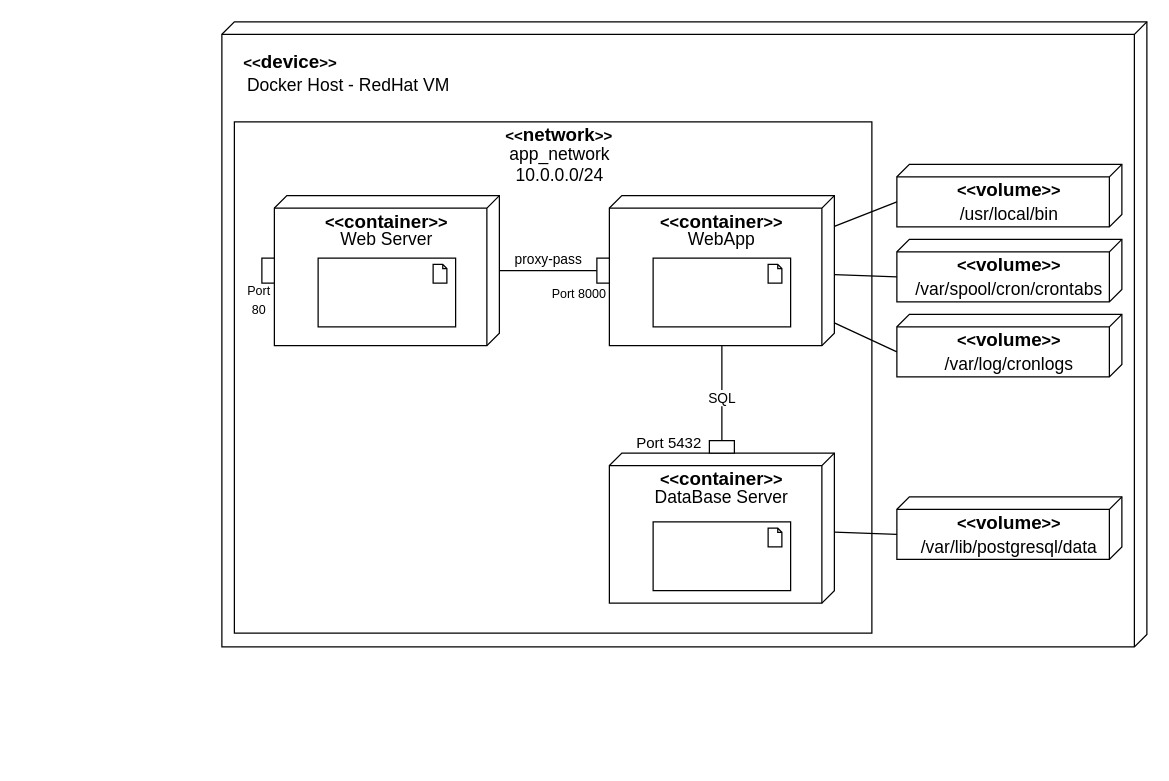
Earlier version of the draw.io diagram deployment_diagram.drawio (DrXneaky/Diagram). Source tidied: cells renumbered, new cells numbered last; positions are measured from the earlier drawing's top-left corner, leaving out a move shared by most shapes. Both pictures are drawn from the tidied source at 125%, with x=0, y=0 at pixel (221, 21).
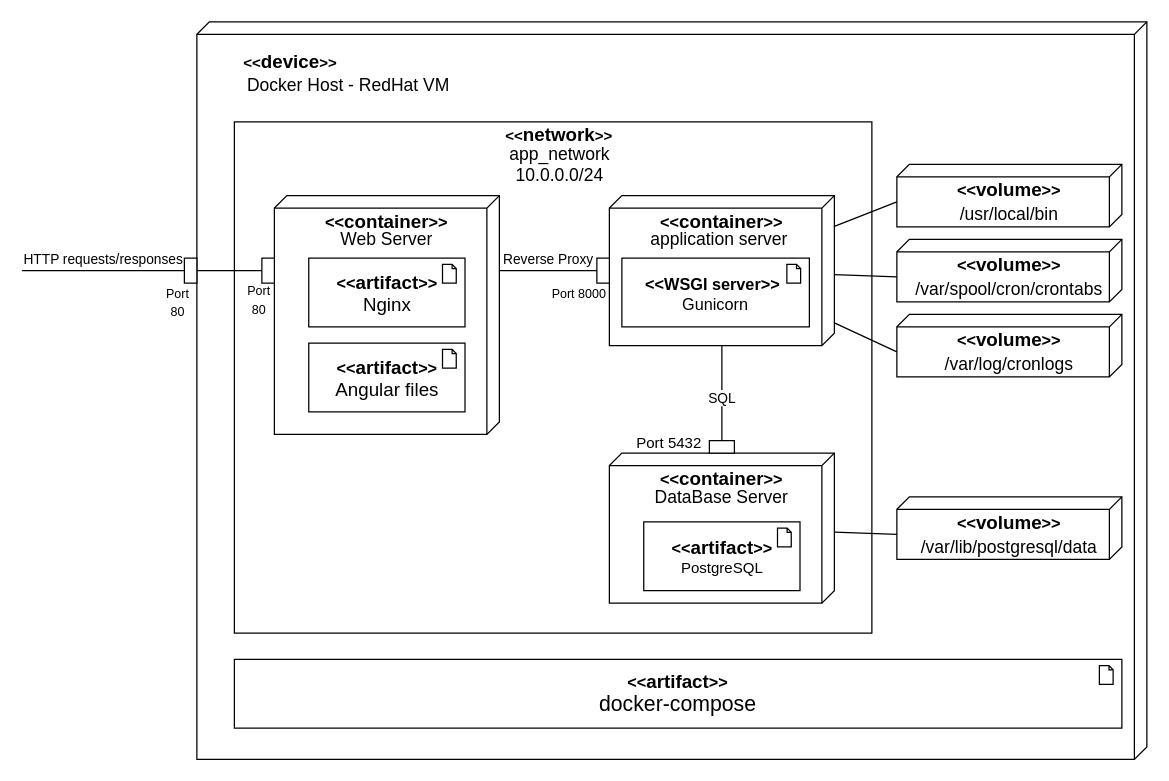
After the change.

The change refers to these unchanged cells:
```xml
<mxCell id="29" style="rounded=0;whiteSpace=wrap;html=1;fillColor=#FFFFFF;fontFamily=Old Standard TT;" parent="1" vertex="1">
  <mxGeometry x="300" y="189" width="10" height="20" as="geometry" />
</mxCell>
<mxCell id="38" style="rounded=0;whiteSpace=wrap;html=1;fillColor=#FFFFFF;fontFamily=Old Standard TT;" parent="1" vertex="1">
  <mxGeometry x="32" y="189" width="10" height="20" as="geometry" />
</mxCell>
```

What changed in the source:
```diff
@@
     <mxCell id="2" style="verticalAlign=top;align=left;spacingTop=8;spacingLeft=2;spacingRight=12;shape=cube;size=10;direction=south;fontStyle=4;html=1;" parent="1" vertex="1">
-      <mxGeometry width="740" height="500" as="geometry" />
+      <mxGeometry x="-20" width="760" height="590" as="geometry" />
     </mxCell>
@@
     <mxCell id="4" style="verticalAlign=top;align=left;spacingTop=8;spacingLeft=2;spacingRight=12;shape=cube;size=10;direction=south;fontStyle=4;html=1;" parent="1" vertex="1">
-      <mxGeometry x="42" y="139" width="180" height="120" as="geometry" />
+      <mxGeometry x="42" y="139" width="180" height="191" as="geometry" />
     </mxCell>
@@
-    <mxCell id="19" style="html=1;whiteSpace=wrap;shape=mxgraph.archimate3.application;appType=artifact;archiType=square;fontFamily=Old Standard TT;fillColor=#FFFFFF;" parent="1" vertex="1">
-      <mxGeometry x="77" y="189" width="110" height="55" as="geometry" />
-    </mxCell>
@@
-    <mxCell id="21" style="html=1;whiteSpace=wrap;shape=mxgraph.archimate3.application;appType=artifact;archiType=square;fontFamily=Old Standard TT;fillColor=#FFFFFF;" parent="1" vertex="1">
-      <mxGeometry x="345" y="189" width="110" height="55" as="geometry" />
+    <mxCell id="21" value="&lt;font face=&quot;Helvetica&quot; style=&quot;font-weight: bold ; font-size: 13px&quot;&gt;&amp;lt;&amp;lt;&lt;/font&gt;&lt;font style=&quot;font-size: 13px&quot;&gt;&lt;font style=&quot;font-weight: bold ; font-size: 13px&quot;&gt;WSGI&lt;/font&gt;&lt;font style=&quot;font-weight: bold ; font-size: 13px&quot;&gt;&amp;nbsp;server&lt;/font&gt;&lt;/font&gt;&lt;font&gt;&lt;font face=&quot;Helvetica&quot; style=&quot;font-weight: bold ; font-size: 13px&quot;&gt;&amp;gt;&amp;gt;&lt;/font&gt;&lt;font&gt;&lt;span style=&quot;font-size: 15px&quot;&gt;&amp;nbsp;&lt;/span&gt;&lt;br&gt;&lt;/font&gt;&lt;font style=&quot;font-size: 13px&quot;&gt;Gunicorn&lt;/font&gt;&lt;br&gt;&lt;/font&gt;" style="html=1;whiteSpace=wrap;shape=mxgraph.archimate3.application;appType=artifact;archiType=square;fontFamily=Old Standard TT;fillColor=#FFFFFF;" parent="1" vertex="1">
+      <mxGeometry x="320" y="189" width="150" height="55" as="geometry" />
     </mxCell>
-    <mxCell id="22" style="html=1;whiteSpace=wrap;shape=mxgraph.archimate3.application;appType=artifact;archiType=square;fontFamily=Old Standard TT;fillColor=#FFFFFF;" parent="1" vertex="1">
-      <mxGeometry x="345" y="400" width="110" height="55" as="geometry" />
-    </mxCell>
-    <mxCell id="23" value="proxy-pass" style="html=1;verticalAlign=bottom;endArrow=none;fontFamily=Old Standard TT;startArrow=none;startFill=0;endFill=0;endSize=4;startSize=4;entryX=0;entryY=0.5;entryDx=0;entryDy=0;labelBackgroundColor=none;" parent="1" edge="1" source="4" target="29">
-      <mxGeometry relative="1" as="geometry" />
+    <mxCell id="23" value="Reverse Proxy" style="html=1;verticalAlign=bottom;endArrow=none;fontFamily=Old Standard TT;startArrow=none;startFill=0;endFill=0;endSize=4;startSize=4;entryX=0;entryY=0.5;entryDx=0;entryDy=0;labelBackgroundColor=none;" parent="1" edge="1" target="29">
+      <mxGeometry relative="1" as="geometry">
+        <mxPoint x="222" y="199" as="sourcePoint" />
+      </mxGeometry>
     </mxCell>
@@
-    <mxCell id="33" value="&lt;font style=&quot;font-size: 14px&quot;&gt;WebApp&lt;/font&gt;" style="text;html=1;strokeColor=none;fillColor=none;align=center;verticalAlign=middle;whiteSpace=wrap;rounded=0;fontFamily=Old Standard TT;" parent="1" vertex="1">
-      <mxGeometry x="380" y="164" width="40" height="20" as="geometry" />
+    <mxCell id="33" value="&lt;span style=&quot;font-size: 14px&quot;&gt;application server&amp;nbsp;&lt;/span&gt;" style="text;html=1;strokeColor=none;fillColor=none;align=center;verticalAlign=middle;whiteSpace=wrap;rounded=0;fontFamily=Old Standard TT;" parent="1" vertex="1">
+      <mxGeometry x="340" y="164" width="120" height="20" as="geometry" />
     </mxCell>
@@
+    <mxCell id="44" style="rounded=0;whiteSpace=wrap;html=1;fillColor=#FFFFFF;fontFamily=Old Standard TT;" parent="1" vertex="1">
+      <mxGeometry x="-30" y="189" width="10" height="20" as="geometry" />
+    </mxCell>
+    <mxCell id="45" style="endArrow=none;html=1;labelBackgroundColor=none;fontFamily=Old Standard TT;entryX=0;entryY=0.5;entryDx=0;entryDy=0;exitX=1;exitY=0.5;exitDx=0;exitDy=0;" parent="1" edge="1" source="44" target="38">
+      <mxGeometry relative="1" as="geometry" />
+    </mxCell>
+    <mxCell id="46" value="&lt;font style=&quot;font-size: 10px&quot;&gt;Port &lt;br&gt;80&lt;/font&gt;" style="text;html=1;strokeColor=none;fillColor=none;align=center;verticalAlign=middle;whiteSpace=wrap;rounded=0;fontFamily=Old Standard TT;" parent="1" vertex="1">
+      <mxGeometry x="-50" y="214" width="30" height="20" as="geometry" />
+    </mxCell>
+    <mxCell id="47" value="HTTP requests/responses" style="html=1;verticalAlign=bottom;endArrow=none;fontFamily=Old Standard TT;startArrow=none;startFill=0;endFill=0;endSize=4;startSize=4;entryX=0;entryY=0.5;entryDx=0;entryDy=0;labelBackgroundColor=none;" parent="1" edge="1" target="44">
+      <mxGeometry relative="1" as="geometry">
+        <mxPoint x="-160" y="199" as="sourcePoint" />
+      </mxGeometry>
+    </mxCell>
+    <mxCell id="48" value="&lt;font face=&quot;Helvetica&quot; style=&quot;font-weight: bold ; font-size: 13px&quot;&gt;&amp;lt;&amp;lt;&lt;/font&gt;&lt;font style=&quot;font-weight: bold ; font-size: 15px&quot;&gt;artifact&lt;/font&gt;&lt;font&gt;&lt;font face=&quot;Helvetica&quot; style=&quot;font-weight: bold ; font-size: 13px&quot;&gt;&amp;gt;&amp;gt;&lt;/font&gt;&lt;br&gt;&lt;font style=&quot;font-size: 17px&quot;&gt;docker-compose&lt;/font&gt;&lt;br&gt;&lt;/font&gt;" style="html=1;whiteSpace=wrap;shape=mxgraph.archimate3.application;appType=artifact;archiType=square;fontFamily=Old Standard TT;fillColor=#FFFFFF;" parent="1" vertex="1">
+      <mxGeometry x="10" y="510" width="710" height="55" as="geometry" />
+    </mxCell>
+    <mxCell id="49" value="&lt;font face=&quot;Helvetica&quot; style=&quot;font-weight: bold ; font-size: 13px&quot;&gt;&amp;lt;&amp;lt;&lt;/font&gt;&lt;font style=&quot;font-weight: bold ; font-size: 15px&quot;&gt;artifact&lt;/font&gt;&lt;font&gt;&lt;font face=&quot;Helvetica&quot; style=&quot;font-weight: bold ; font-size: 13px&quot;&gt;&amp;gt;&amp;gt;&lt;/font&gt;&lt;br&gt;&lt;span style=&quot;font-size: 15px&quot;&gt;Nginx&lt;/span&gt;&lt;br&gt;&lt;/font&gt;" style="html=1;whiteSpace=wrap;shape=mxgraph.archimate3.application;appType=artifact;archiType=square;fontFamily=Old Standard TT;fillColor=#FFFFFF;" parent="1" vertex="1">
+      <mxGeometry x="69.5" y="189" width="125" height="55" as="geometry" />
+    </mxCell>
+    <mxCell id="50" value="&lt;font face=&quot;Helvetica&quot; style=&quot;font-weight: bold ; font-size: 13px&quot;&gt;&amp;lt;&amp;lt;&lt;/font&gt;&lt;font style=&quot;font-weight: bold ; font-size: 15px&quot;&gt;artifact&lt;/font&gt;&lt;font&gt;&lt;font face=&quot;Helvetica&quot; style=&quot;font-weight: bold ; font-size: 13px&quot;&gt;&amp;gt;&amp;gt;&lt;/font&gt;&lt;br&gt;PostgreSQL&lt;br&gt;&lt;/font&gt;" style="html=1;whiteSpace=wrap;shape=mxgraph.archimate3.application;appType=artifact;archiType=square;fontFamily=Old Standard TT;fillColor=#FFFFFF;" parent="1" vertex="1">
+      <mxGeometry x="337.5" y="400" width="125" height="55" as="geometry" />
+    </mxCell>
+    <mxCell id="51" value="&lt;font face=&quot;Helvetica&quot; style=&quot;font-weight: bold ; font-size: 13px&quot;&gt;&amp;lt;&amp;lt;&lt;/font&gt;&lt;font style=&quot;font-weight: bold ; font-size: 15px&quot;&gt;artifact&lt;/font&gt;&lt;font&gt;&lt;font face=&quot;Helvetica&quot; style=&quot;font-weight: bold ; font-size: 13px&quot;&gt;&amp;gt;&amp;gt;&lt;/font&gt;&lt;br&gt;&lt;span style=&quot;font-size: 15px&quot;&gt;Angular files&lt;/span&gt;&lt;br&gt;&lt;/font&gt;" style="html=1;whiteSpace=wrap;shape=mxgraph.archimate3.application;appType=artifact;archiType=square;fontFamily=Old Standard TT;fillColor=#FFFFFF;" parent="1" vertex="1">
+      <mxGeometry x="69.5" y="257" width="125" height="55" as="geometry" />
+    </mxCell>
```
